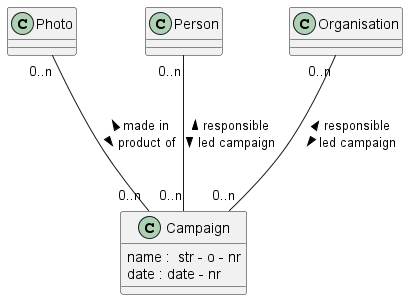
This is documentation/class_diagrams/Campaign.png from tmasch/bpf_be, a PlantUML export, as it was before one commit.
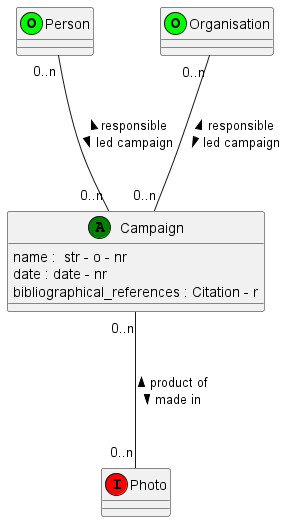
The same file after the commit.

What changed in the source:
```diff
@@ -1,20 +1,21 @@
 @startuml Campaign
 
-class Campaign
+class Campaign <<(A,green)>>
 Campaign : name :  str - o - nr
 Campaign : date : date - nr
+Campaign : bibliographical_references : Citation - r
 
-class Photo
+class Photo <<(I,red)>>
 
-class Person
+class Person <<(O,lime)>>
 
-class Organisation
+class Organisation <<(O,lime)>>
 
 Person "0..n" --- "0..n" Campaign : < responsible \n led campaign >
 
 Organisation "0..n" --- "0..n" Campaign : < responsible \n led campaign >
 
-Photo "0..n" --- "0..n" Campaign : < made in \n product of >
+Campaign "0..n" --- "0..n" Photo : < product of  \n  made in >
 
 
 @enduml
```
